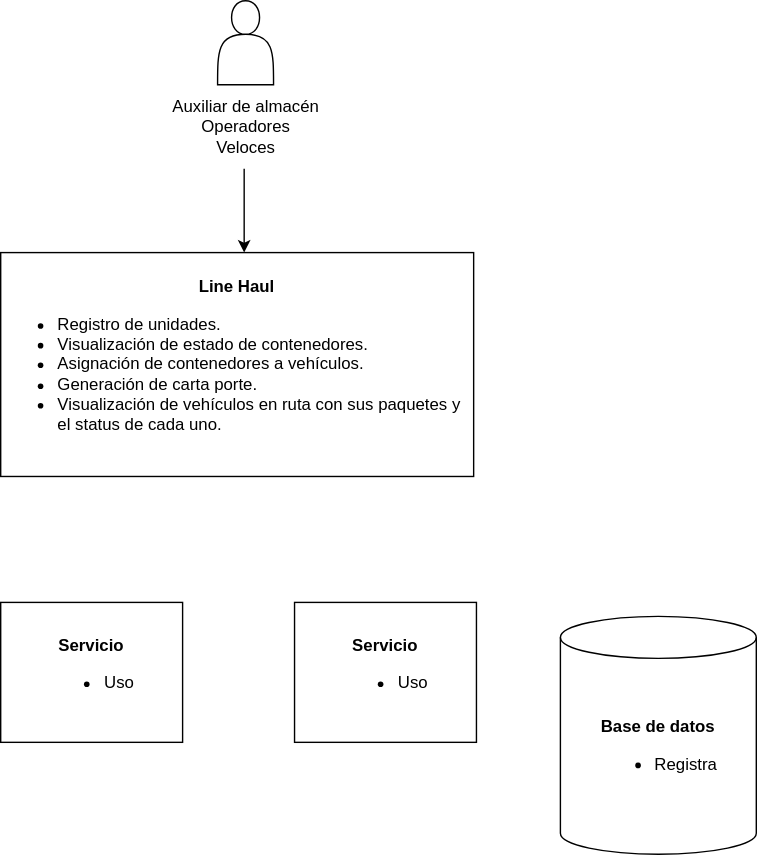
Above: Diagrama C1 Line Haul.svg in dani99m/Diagramas (draw.io), before the change. Source tidied: cells renumbered, new cells last; positions are measured from the earlier drawing's top-left corner, leaving out a move shared by most shapes. Source of this version:
```xml
<mxGraphModel>
  <root>
    <mxCell id="0" />
    <mxCell id="1" parent="0" />
    <mxCell id="2" style="shape=actor;whiteSpace=wrap;html=1;" parent="1" vertex="1">
      <mxGeometry x="155" width="40" height="60" as="geometry" />
    </mxCell>
    <mxCell id="3" value="Auxiliar de almacén&lt;br&gt;Operadores&lt;br&gt;Veloces&lt;br&gt;" style="text;html=1;align=center;verticalAlign=middle;strokeColor=none;fillColor=none;" parent="1" vertex="1">
      <mxGeometry x="110" y="60" width="130" height="60" as="geometry" />
    </mxCell>
    <mxCell id="4" style="endArrow=classic;html=1;rounded=0;" parent="1" edge="1">
      <mxGeometry relative="1" as="geometry">
        <mxPoint x="174" y="120" as="sourcePoint" />
        <mxPoint x="174" y="180" as="targetPoint" />
        <Array as="points">
          <mxPoint x="174" y="150" />
        </Array>
      </mxGeometry>
    </mxCell>
    <mxCell id="5" value="&lt;b style=&quot;background-color: initial;&quot;&gt;Line Haul&lt;br&gt;&lt;/b&gt;&lt;ul&gt;&lt;li style=&quot;text-align: left;&quot;&gt;Registro de unidades.&lt;/li&gt;&lt;li style=&quot;text-align: left;&quot;&gt;Visualización de estado de contenedores.&lt;/li&gt;&lt;li style=&quot;text-align: left;&quot;&gt;Asignación de contenedores a vehículos.&lt;/li&gt;&lt;li style=&quot;text-align: left;&quot;&gt;Generación de carta porte.&lt;/li&gt;&lt;li style=&quot;text-align: left;&quot;&gt;Visualización de vehículos en ruta con sus paquetes y el status de cada uno.&lt;/li&gt;&lt;/ul&gt;" style="rounded=0;whiteSpace=wrap;html=1;" parent="1" vertex="1">
      <mxGeometry y="180" width="338" height="160" as="geometry" />
    </mxCell>
    <mxCell id="6" value="&lt;b&gt;Servicio&lt;/b&gt;&lt;br&gt;&lt;div style=&quot;text-align: left;&quot;&gt;&lt;ul&gt;&lt;li&gt;&lt;span style=&quot;background-color: initial;&quot;&gt;Uso&lt;/span&gt;&lt;/li&gt;&lt;/ul&gt;&lt;/div&gt;" style="rounded=0;whiteSpace=wrap;html=1;" parent="1" vertex="1">
      <mxGeometry x="210" y="430" width="130" height="100" as="geometry" />
    </mxCell>
    <mxCell id="7" value="&lt;b&gt;Base de datos&lt;/b&gt;&lt;br&gt;&lt;div style=&quot;text-align: left;&quot;&gt;&lt;ul&gt;&lt;li&gt;&lt;span style=&quot;background-color: initial;&quot;&gt;Registra&lt;/span&gt;&lt;/li&gt;&lt;/ul&gt;&lt;/div&gt;" style="shape=cylinder3;whiteSpace=wrap;html=1;boundedLbl=1;backgroundOutline=1;size=15;" parent="1" vertex="1">
      <mxGeometry x="400" y="440" width="140" height="170" as="geometry" />
    </mxCell>
    <mxCell id="8" value="&lt;b&gt;Servicio&lt;/b&gt;&lt;br&gt;&lt;div style=&quot;text-align: left;&quot;&gt;&lt;ul&gt;&lt;li&gt;&lt;span style=&quot;background-color: initial;&quot;&gt;Uso&lt;/span&gt;&lt;/li&gt;&lt;/ul&gt;&lt;/div&gt;" style="rounded=0;whiteSpace=wrap;html=1;" parent="1" vertex="1">
      <mxGeometry y="430" width="130" height="100" as="geometry" />
    </mxCell>
  </root>
</mxGraphModel>
```
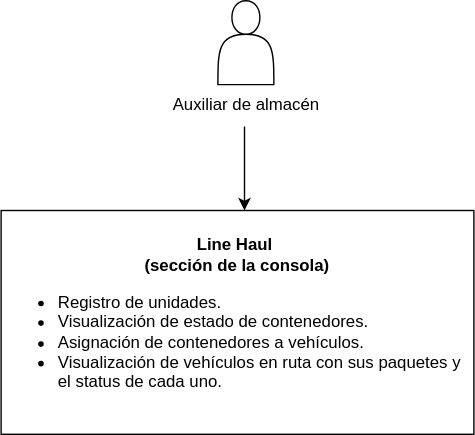
The same file after the commit.

The edit, as a diff of the source:
```diff
@@ -5,29 +5,20 @@
     <mxCell id="2" style="shape=actor;whiteSpace=wrap;html=1;" parent="1" vertex="1">
       <mxGeometry x="155" width="40" height="60" as="geometry" />
     </mxCell>
-    <mxCell id="3" value="Auxiliar de almacén&lt;br&gt;Operadores&lt;br&gt;Veloces&lt;br&gt;" style="text;html=1;align=center;verticalAlign=middle;strokeColor=none;fillColor=none;" parent="1" vertex="1">
-      <mxGeometry x="110" y="60" width="130" height="60" as="geometry" />
+    <mxCell id="3" value="Auxiliar de almacén" style="text;html=1;align=center;verticalAlign=middle;strokeColor=none;fillColor=none;" parent="1" vertex="1">
+      <mxGeometry x="110" y="60" width="130" height="30" as="geometry" />
     </mxCell>
     <mxCell id="4" style="endArrow=classic;html=1;rounded=0;" parent="1" edge="1">
       <mxGeometry relative="1" as="geometry">
-        <mxPoint x="174" y="120" as="sourcePoint" />
-        <mxPoint x="174" y="180" as="targetPoint" />
+        <mxPoint x="174" y="90" as="sourcePoint" />
+        <mxPoint x="174" y="150" as="targetPoint" />
         <Array as="points">
-          <mxPoint x="174" y="150" />
+          <mxPoint x="174" y="120" />
         </Array>
       </mxGeometry>
     </mxCell>
-    <mxCell id="5" value="&lt;b style=&quot;background-color: initial;&quot;&gt;Line Haul&lt;br&gt;&lt;/b&gt;&lt;ul&gt;&lt;li style=&quot;text-align: left;&quot;&gt;Registro de unidades.&lt;/li&gt;&lt;li style=&quot;text-align: left;&quot;&gt;Visualización de estado de contenedores.&lt;/li&gt;&lt;li style=&quot;text-align: left;&quot;&gt;Asignación de contenedores a vehículos.&lt;/li&gt;&lt;li style=&quot;text-align: left;&quot;&gt;Generación de carta porte.&lt;/li&gt;&lt;li style=&quot;text-align: left;&quot;&gt;Visualización de vehículos en ruta con sus paquetes y el status de cada uno.&lt;/li&gt;&lt;/ul&gt;" style="rounded=0;whiteSpace=wrap;html=1;" parent="1" vertex="1">
-      <mxGeometry y="180" width="338" height="160" as="geometry" />
+    <mxCell id="5" value="&lt;b style=&quot;background-color: initial;&quot;&gt;Line Haul&amp;nbsp;&lt;br&gt;(sección de la consola)&lt;br&gt;&lt;/b&gt;&lt;ul&gt;&lt;li style=&quot;text-align: left;&quot;&gt;Registro de unidades.&lt;/li&gt;&lt;li style=&quot;text-align: left;&quot;&gt;Visualización de estado de contenedores.&lt;/li&gt;&lt;li style=&quot;text-align: left;&quot;&gt;Asignación de contenedores a vehículos.&lt;/li&gt;&lt;li style=&quot;text-align: left;&quot;&gt;Visualización de vehículos en ruta con sus paquetes y el status de cada uno.&lt;/li&gt;&lt;/ul&gt;" style="rounded=0;whiteSpace=wrap;html=1;" parent="1" vertex="1">
+      <mxGeometry y="150" width="338" height="160" as="geometry" />
     </mxCell>
-    <mxCell id="6" value="&lt;b&gt;Servicio&lt;/b&gt;&lt;br&gt;&lt;div style=&quot;text-align: left;&quot;&gt;&lt;ul&gt;&lt;li&gt;&lt;span style=&quot;background-color: initial;&quot;&gt;Uso&lt;/span&gt;&lt;/li&gt;&lt;/ul&gt;&lt;/div&gt;" style="rounded=0;whiteSpace=wrap;html=1;" parent="1" vertex="1">
-      <mxGeometry x="210" y="430" width="130" height="100" as="geometry" />
-    </mxCell>
-    <mxCell id="7" value="&lt;b&gt;Base de datos&lt;/b&gt;&lt;br&gt;&lt;div style=&quot;text-align: left;&quot;&gt;&lt;ul&gt;&lt;li&gt;&lt;span style=&quot;background-color: initial;&quot;&gt;Registra&lt;/span&gt;&lt;/li&gt;&lt;/ul&gt;&lt;/div&gt;" style="shape=cylinder3;whiteSpace=wrap;html=1;boundedLbl=1;backgroundOutline=1;size=15;" parent="1" vertex="1">
-      <mxGeometry x="400" y="440" width="140" height="170" as="geometry" />
-    </mxCell>
-    <mxCell id="8" value="&lt;b&gt;Servicio&lt;/b&gt;&lt;br&gt;&lt;div style=&quot;text-align: left;&quot;&gt;&lt;ul&gt;&lt;li&gt;&lt;span style=&quot;background-color: initial;&quot;&gt;Uso&lt;/span&gt;&lt;/li&gt;&lt;/ul&gt;&lt;/div&gt;" style="rounded=0;whiteSpace=wrap;html=1;" parent="1" vertex="1">
-      <mxGeometry y="430" width="130" height="100" as="geometry" />
-    </mxCell>
   </root>
 </mxGraphModel>
```
